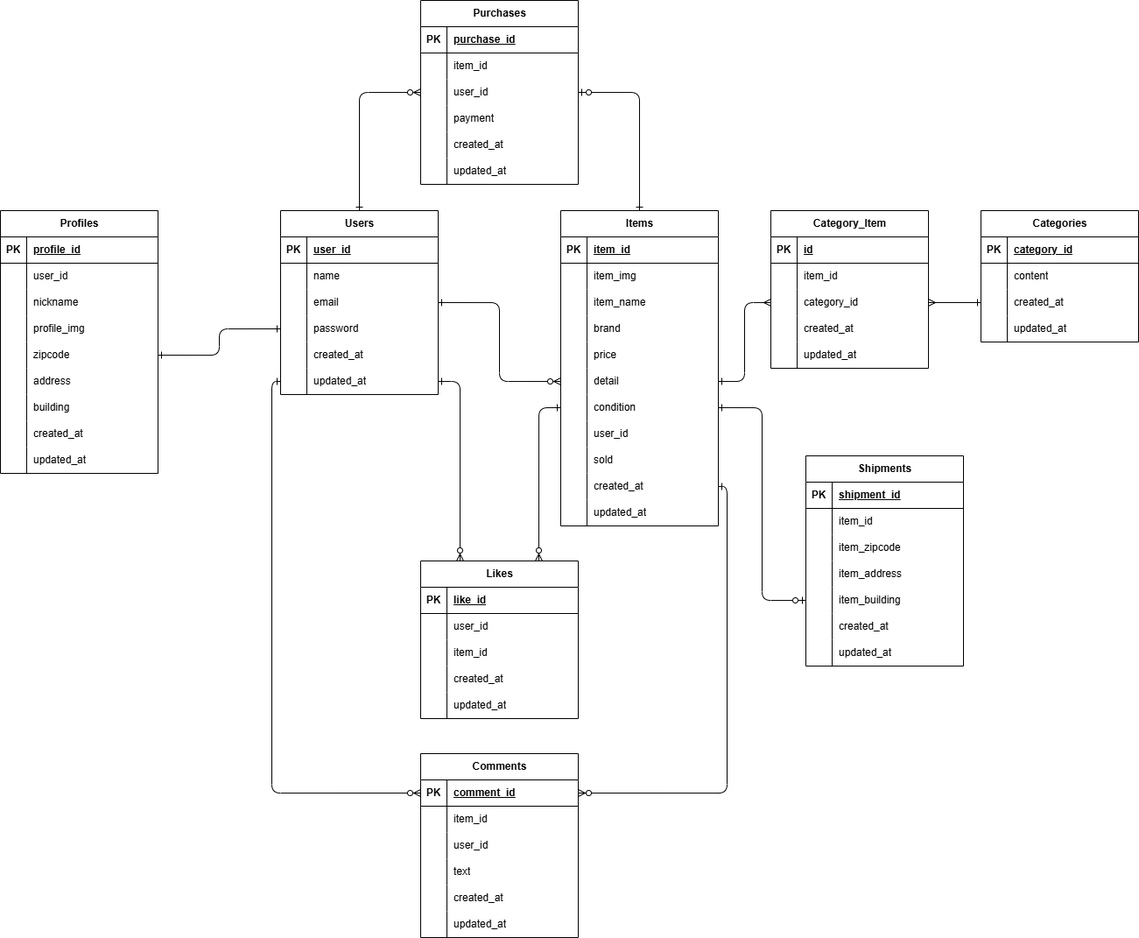
Before: ER.drawio.png, a diagram exported from draw.io (misaki-nonaka/mock-case-1). Source tidied: cells renumbered, new cells last; positions are measured from the earlier drawing's top-left corner, leaving out a move shared by most shapes.
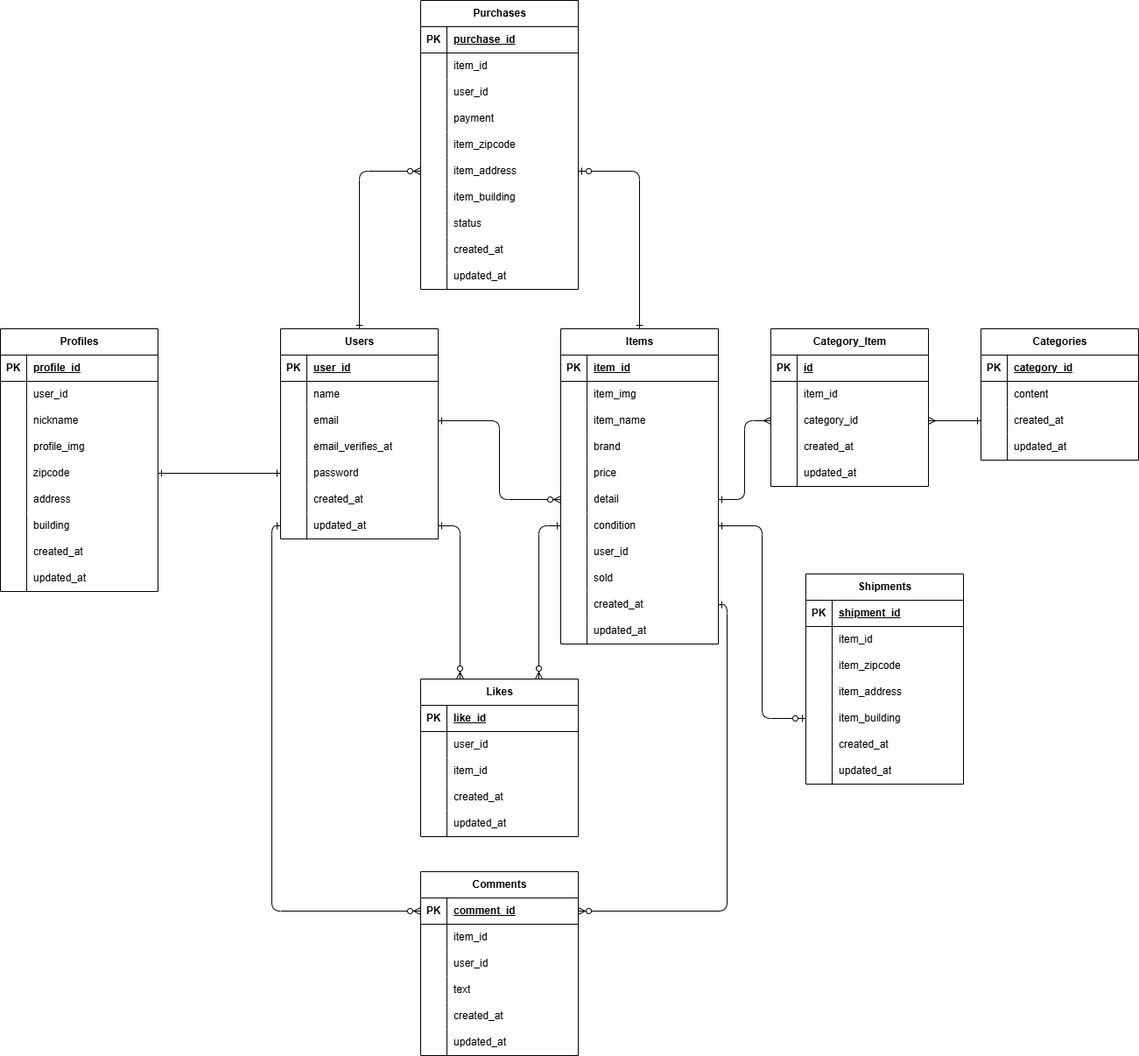
The same diagram one commit later.

What changed in the source:
```diff
@@ -3,7 +3,7 @@
     <mxCell id="0" />
     <mxCell id="1" parent="0" />
     <mxCell id="2" value="Users" style="shape=table;startSize=30;rowLines=0;fontStyle=1;align=center;html=1;" parent="1" vertex="1">
-      <mxGeometry x="320" y="240" width="180" height="210" as="geometry" />
+      <mxGeometry x="320" y="240" width="180" height="240" as="geometry" />
     </mxCell>
     <mxCell id="3" style="shape=tableRow;horizontal=0;startSize=0;swimlaneHead=0;swimlaneBody=0;fillColor=none;top=0;left=0;right=0;bottom=1;" parent="2" vertex="1">
       <mxGeometry y="30" width="180" height="30" as="geometry" />
@@ -32,8 +32,17 @@
     <mxCell id="11" value="email" style="shape=partialRectangle;fillColor=none;top=0;left=0;bottom=0;right=0;align=left;spacingLeft=6;overflow=hidden;whiteSpace=wrap;html=1;" parent="9" vertex="1">
       <mxGeometry x="30" width="150" height="30" as="geometry" />
     </mxCell>
+    <mxCell id="199" style="shape=tableRow;horizontal=0;startSize=0;swimlaneHead=0;swimlaneBody=0;fillColor=none;top=0;left=0;right=0;bottom=0;" parent="2" vertex="1">
+      <mxGeometry y="120" width="180" height="30" as="geometry" />
+    </mxCell>
+    <mxCell id="200" style="shape=partialRectangle;fillColor=none;top=0;left=0;bottom=0;right=0;overflow=hidden;whiteSpace=wrap;html=1;" parent="199" vertex="1">
+      <mxGeometry width="30" height="30" as="geometry" />
+    </mxCell>
+    <mxCell id="201" value="email_verifies_at" style="shape=partialRectangle;fillColor=none;top=0;left=0;bottom=0;right=0;align=left;spacingLeft=6;overflow=hidden;whiteSpace=wrap;html=1;" parent="199" vertex="1">
+      <mxGeometry x="30" width="150" height="30" as="geometry" />
+    </mxCell>
     <mxCell id="12" style="shape=tableRow;horizontal=0;startSize=0;swimlaneHead=0;swimlaneBody=0;fillColor=none;points=[[0,0.5],[1,0.5]];portConstraint=eastwest;top=0;left=0;right=0;bottom=0;" parent="2" vertex="1">
-      <mxGeometry y="120" width="180" height="30" as="geometry" />
+      <mxGeometry y="150" width="180" height="30" as="geometry" />
     </mxCell>
     <mxCell id="13" style="shape=partialRectangle;fillColor=none;top=0;left=0;bottom=0;right=0;overflow=hidden;whiteSpace=wrap;html=1;" parent="12" vertex="1">
       <mxGeometry width="30" height="30" as="geometry" />
@@ -42,7 +51,7 @@
       <mxGeometry x="30" width="150" height="30" as="geometry" />
     </mxCell>
     <mxCell id="15" style="shape=tableRow;horizontal=0;startSize=0;swimlaneHead=0;swimlaneBody=0;fillColor=none;top=0;left=0;right=0;bottom=0;" parent="2" vertex="1">
-      <mxGeometry y="150" width="180" height="30" as="geometry" />
+      <mxGeometry y="180" width="180" height="30" as="geometry" />
     </mxCell>
     <mxCell id="16" style="shape=partialRectangle;fillColor=none;top=0;left=0;bottom=0;right=0;overflow=hidden;whiteSpace=wrap;html=1;" parent="15" vertex="1">
       <mxGeometry width="30" height="30" as="geometry" />
@@ -51,7 +60,7 @@
       <mxGeometry x="30" width="150" height="30" as="geometry" />
     </mxCell>
     <mxCell id="18" style="shape=tableRow;horizontal=0;startSize=0;swimlaneHead=0;swimlaneBody=0;fillColor=none;points=[[0,0.5],[1,0.5]];portConstraint=eastwest;top=0;left=0;right=0;bottom=0;" parent="2" vertex="1">
-      <mxGeometry y="180" width="180" height="30" as="geometry" />
+      <mxGeometry y="210" width="180" height="30" as="geometry" />
     </mxCell>
     <mxCell id="19" style="shape=partialRectangle;fillColor=none;top=0;left=0;bottom=0;right=0;overflow=hidden;whiteSpace=wrap;html=1;" parent="18" vertex="1">
       <mxGeometry width="30" height="30" as="geometry" />
@@ -297,7 +306,7 @@
       <mxGeometry x="30" width="150" height="30" as="geometry" />
     </mxCell>
     <mxCell id="100" value="Purchases" style="shape=table;startSize=30;rowLines=0;fontStyle=1;align=center;html=1;" parent="1" vertex="1">
-      <mxGeometry x="480" width="180" height="210" as="geometry" />
+      <mxGeometry x="480" y="-135" width="180" height="330" as="geometry" />
     </mxCell>
     <mxCell id="101" style="shape=tableRow;horizontal=0;startSize=0;swimlaneHead=0;swimlaneBody=0;fillColor=none;top=0;left=0;right=0;bottom=1;" parent="100" vertex="1">
       <mxGeometry y="30" width="180" height="30" as="geometry" />
@@ -335,8 +344,44 @@
     <mxCell id="112" value="payment" style="shape=partialRectangle;fillColor=none;top=0;left=0;bottom=0;right=0;align=left;spacingLeft=6;overflow=hidden;whiteSpace=wrap;html=1;" parent="110" vertex="1">
       <mxGeometry x="30" width="150" height="30" as="geometry" />
     </mxCell>
+    <mxCell id="202" style="shape=tableRow;horizontal=0;startSize=0;swimlaneHead=0;swimlaneBody=0;fillColor=none;top=0;left=0;right=0;bottom=0;" parent="100" vertex="1">
+      <mxGeometry y="150" width="180" height="30" as="geometry" />
+    </mxCell>
+    <mxCell id="203" style="shape=partialRectangle;fillColor=none;top=0;left=0;bottom=0;right=0;overflow=hidden;whiteSpace=wrap;html=1;" parent="202" vertex="1">
+      <mxGeometry width="30" height="30" as="geometry" />
+    </mxCell>
+    <mxCell id="204" value="item_zipcode" style="shape=partialRectangle;fillColor=none;top=0;left=0;bottom=0;right=0;align=left;spacingLeft=6;overflow=hidden;whiteSpace=wrap;html=1;" parent="202" vertex="1">
+      <mxGeometry x="30" width="150" height="30" as="geometry" />
+    </mxCell>
+    <mxCell id="205" style="shape=tableRow;horizontal=0;startSize=0;swimlaneHead=0;swimlaneBody=0;fillColor=none;points=[[0,0.5],[1,0.5]];portConstraint=eastwest;top=0;left=0;right=0;bottom=0;" parent="100" vertex="1">
+      <mxGeometry y="180" width="180" height="30" as="geometry" />
+    </mxCell>
+    <mxCell id="206" style="shape=partialRectangle;fillColor=none;top=0;left=0;bottom=0;right=0;overflow=hidden;whiteSpace=wrap;html=1;" parent="205" vertex="1">
+      <mxGeometry width="30" height="30" as="geometry" />
+    </mxCell>
+    <mxCell id="207" value="item_address" style="shape=partialRectangle;fillColor=none;top=0;left=0;bottom=0;right=0;align=left;spacingLeft=6;overflow=hidden;whiteSpace=wrap;html=1;" parent="205" vertex="1">
+      <mxGeometry x="30" width="150" height="30" as="geometry" />
+    </mxCell>
+    <mxCell id="208" style="shape=tableRow;horizontal=0;startSize=0;swimlaneHead=0;swimlaneBody=0;fillColor=none;top=0;left=0;right=0;bottom=0;" parent="100" vertex="1">
+      <mxGeometry y="210" width="180" height="30" as="geometry" />
+    </mxCell>
+    <mxCell id="209" style="shape=partialRectangle;fillColor=none;top=0;left=0;bottom=0;right=0;overflow=hidden;whiteSpace=wrap;html=1;" parent="208" vertex="1">
+      <mxGeometry width="30" height="30" as="geometry" />
+    </mxCell>
+    <mxCell id="210" value="item_building" style="shape=partialRectangle;fillColor=none;top=0;left=0;bottom=0;right=0;align=left;spacingLeft=6;overflow=hidden;whiteSpace=wrap;html=1;" parent="208" vertex="1">
+      <mxGeometry x="30" width="150" height="30" as="geometry" />
+    </mxCell>
+    <mxCell id="211" style="shape=tableRow;horizontal=0;startSize=0;swimlaneHead=0;swimlaneBody=0;fillColor=none;top=0;left=0;right=0;bottom=0;" parent="100" vertex="1">
+      <mxGeometry y="240" width="180" height="30" as="geometry" />
+    </mxCell>
+    <mxCell id="212" style="shape=partialRectangle;fillColor=none;top=0;left=0;bottom=0;right=0;overflow=hidden;whiteSpace=wrap;html=1;" parent="211" vertex="1">
+      <mxGeometry width="30" height="30" as="geometry" />
+    </mxCell>
+    <mxCell id="213" value="status" style="shape=partialRectangle;fillColor=none;top=0;left=0;bottom=0;right=0;align=left;spacingLeft=6;overflow=hidden;whiteSpace=wrap;html=1;" parent="211" vertex="1">
+      <mxGeometry x="30" width="150" height="30" as="geometry" />
+    </mxCell>
     <mxCell id="113" style="shape=tableRow;horizontal=0;startSize=0;swimlaneHead=0;swimlaneBody=0;fillColor=none;top=0;left=0;right=0;bottom=0;" parent="100" vertex="1">
-      <mxGeometry y="150" width="180" height="30" as="geometry" />
+      <mxGeometry y="270" width="180" height="30" as="geometry" />
     </mxCell>
     <mxCell id="114" style="shape=partialRectangle;fillColor=none;top=0;left=0;bottom=0;right=0;overflow=hidden;whiteSpace=wrap;html=1;" parent="113" vertex="1">
       <mxGeometry width="30" height="30" as="geometry" />
@@ -345,7 +390,7 @@
       <mxGeometry x="30" width="150" height="30" as="geometry" />
     </mxCell>
     <mxCell id="116" style="shape=tableRow;horizontal=0;startSize=0;swimlaneHead=0;swimlaneBody=0;fillColor=none;top=0;left=0;right=0;bottom=0;" parent="100" vertex="1">
-      <mxGeometry y="180" width="180" height="30" as="geometry" />
+      <mxGeometry y="300" width="180" height="30" as="geometry" />
     </mxCell>
     <mxCell id="117" style="shape=partialRectangle;fillColor=none;top=0;left=0;bottom=0;right=0;overflow=hidden;whiteSpace=wrap;html=1;" parent="116" vertex="1">
       <mxGeometry width="30" height="30" as="geometry" />
@@ -485,10 +530,10 @@
     <mxCell id="162" style="edgeStyle=orthogonalEdgeStyle;fontSize=12;html=1;endArrow=ERzeroToOne;startArrow=ERone;exitX=1;exitY=0.5;exitDx=0;exitDy=0;entryX=0;entryY=0.5;entryDx=0;entryDy=0;startFill=0;endFill=0;" parent="1" edge="1" source="53" target="151">
       <mxGeometry relative="1" as="geometry" />
     </mxCell>
-    <mxCell id="163" style="edgeStyle=orthogonalEdgeStyle;fontSize=12;html=1;endArrow=ERzeroToMany;startArrow=ERone;exitX=0.5;exitY=0;exitDx=0;exitDy=0;entryX=0;entryY=0.5;entryDx=0;entryDy=0;startFill=0;endFill=0;" parent="1" edge="1" source="2" target="107">
+    <mxCell id="163" style="edgeStyle=orthogonalEdgeStyle;fontSize=12;html=1;endArrow=ERzeroToMany;startArrow=ERone;exitX=0.5;exitY=0;exitDx=0;exitDy=0;entryX=0;entryY=0.5;entryDx=0;entryDy=0;startFill=0;endFill=0;" parent="1" edge="1" source="2" target="205">
       <mxGeometry relative="1" as="geometry" />
     </mxCell>
-    <mxCell id="164" style="edgeStyle=orthogonalEdgeStyle;fontSize=12;html=1;endArrow=ERone;startArrow=ERzeroToOne;exitX=1;exitY=0.5;exitDx=0;exitDy=0;entryX=0.5;entryY=0;entryDx=0;entryDy=0;startFill=0;endFill=0;" parent="1" edge="1" source="107" target="34">
+    <mxCell id="164" style="edgeStyle=orthogonalEdgeStyle;fontSize=12;html=1;endArrow=ERone;startArrow=ERzeroToOne;entryX=0.5;entryY=0;entryDx=0;entryDy=0;startFill=0;endFill=0;exitX=1;exitY=0.5;exitDx=0;exitDy=0;" parent="1" edge="1" source="205" target="34">
       <mxGeometry relative="1" as="geometry" />
     </mxCell>
     <mxCell id="165" style="edgeStyle=orthogonalEdgeStyle;fontSize=12;html=1;endArrow=ERzeroToMany;startArrow=ERone;startFill=0;endFill=0;exitX=0;exitY=0.5;exitDx=0;exitDy=0;entryX=0.75;entryY=0;entryDx=0;entryDy=0;" parent="1" edge="1" source="53" target="84">
```
